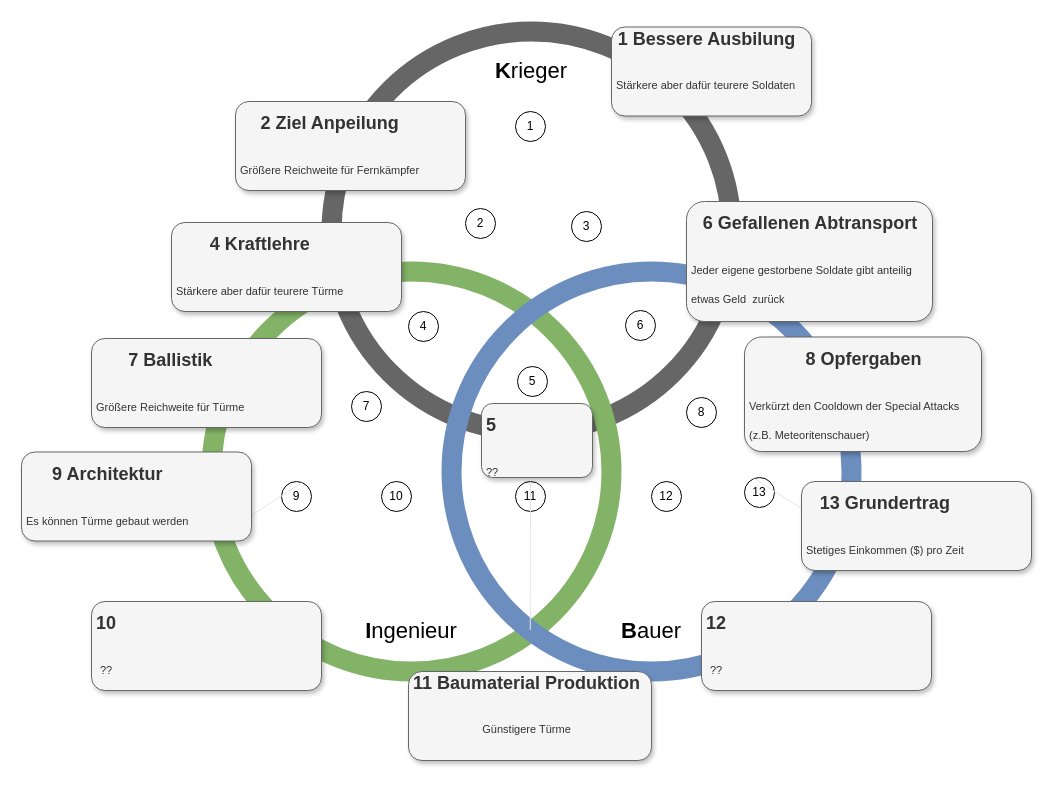
The draw.io diagram AgeOfWarGame/Assets/TechTree.drawio in Thommynator/AgeOfWarGame, before the edit. Source tidied: cells renumbered, new cells numbered last; positions are measured from the earlier drawing's top-left corner, leaving out a move shared by most shapes. Both pictures are drawn from the tidied source at 100%, with x=0, y=0 at pixel (21, 27).
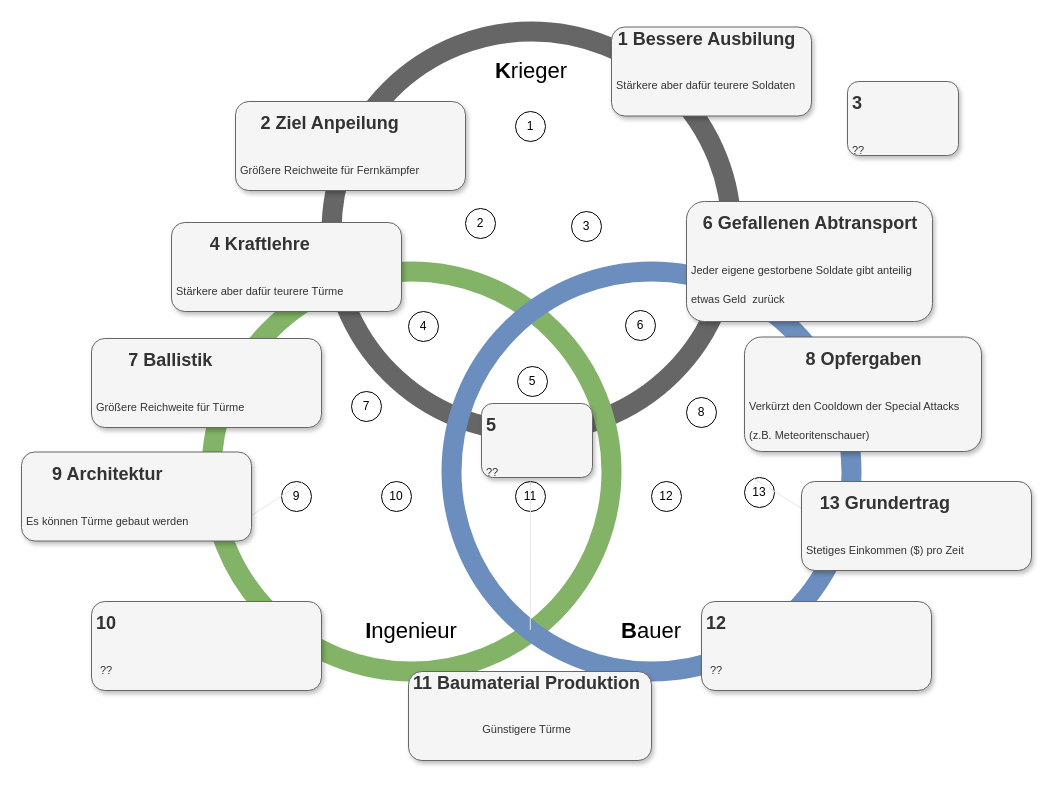
The same page after the edit.

Diff of the diagram source:
```diff
@@
+    <mxCell id="36" value="&lt;p style=&quot;line-height: 30%&quot;&gt;&lt;/p&gt;&lt;h1 style=&quot;text-align: left&quot;&gt;&lt;span style=&quot;font-size: 18px&quot;&gt;3&lt;/span&gt;&lt;/h1&gt;&lt;h1 style=&quot;text-align: left&quot;&gt;&lt;span style=&quot;font-size: 11px ; font-weight: 400&quot;&gt;??&lt;/span&gt;&lt;br&gt;&lt;/h1&gt;&lt;p&gt;&lt;/p&gt;" style="text;html=1;strokeColor=#666666;spacing=5;spacingTop=-20;whiteSpace=wrap;overflow=hidden;rounded=1;glass=0;fillColor=#f5f5f5;fontColor=#333333;shadow=1;" parent="1" vertex="1">
+      <mxGeometry x="826" y="54" width="111" height="74" as="geometry" />
+    </mxCell>
```
